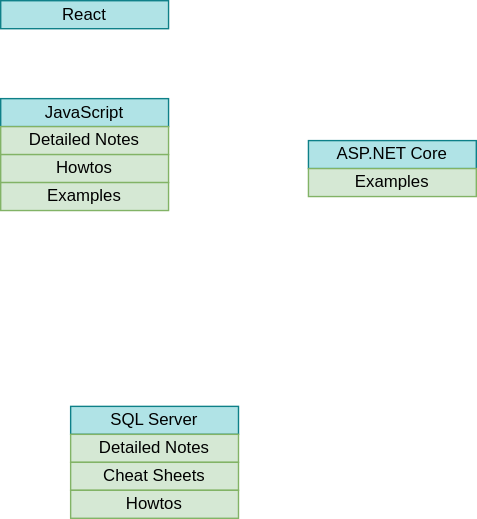
kennyrnwilson/kennyrnwilson.github.io keeps this draw.io diagram as Diagram.svg. Above is the earlier version. Source tidied: cells renumbered, new cells last; positions are measured from the earlier drawing's top-left corner, leaving out a move shared by most shapes.
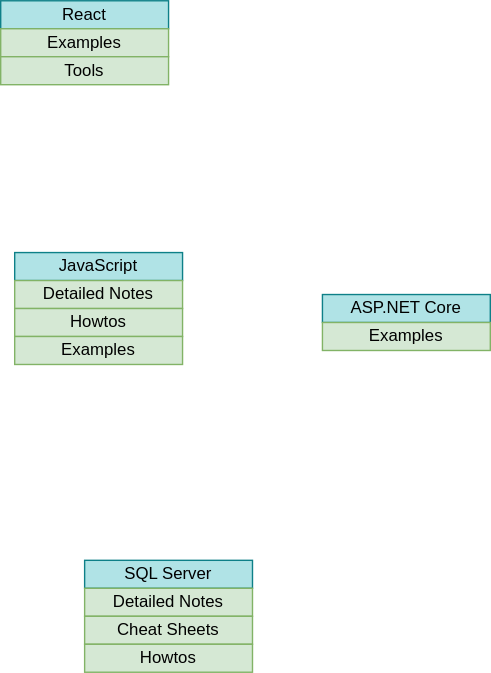
Later version of the same file.

Commit message:
Added React sections

The edit, as a diff of the source:
```diff
@@ -21,7 +21,7 @@
       <mxGeometry x="220" y="120" width="120" height="20" as="geometry" />
     </mxCell>
     <mxCell id="8" value="&lt;a href=&quot;https://github.com/kennyrnwilson/react&quot;&gt;React&lt;/a&gt;" style="rounded=0;whiteSpace=wrap;html=1;fillColor=#b0e3e6;strokeColor=#0e8088;" parent="1" vertex="1">
-      <mxGeometry width="120" height="20" as="geometry" />
+      <mxGeometry x="-10" y="-110" width="120" height="20" as="geometry" />
     </mxCell>
     <mxCell id="9" value="&lt;a href=&quot;https://github.com/kennyrnwilson/javascript&quot;&gt;JavaScript&lt;/a&gt;" style="rounded=0;whiteSpace=wrap;html=1;fillColor=#b0e3e6;strokeColor=#0e8088;" parent="1" vertex="1">
       <mxGeometry y="70" width="120" height="20" as="geometry" />
@@ -35,5 +35,11 @@
     <mxCell id="12" value="&lt;a href=&quot;https://github.com/kennyrnwilson/javascript/blob/master/docs/examples/README.MD&quot;&gt;Examples&lt;/a&gt;" style="rounded=0;whiteSpace=wrap;html=1;fillColor=#d5e8d4;strokeColor=#82b366;" parent="1" vertex="1">
       <mxGeometry y="130" width="120" height="20" as="geometry" />
     </mxCell>
+    <mxCell id="13" value="&lt;a href=&quot;https://github.com/kennyrnwilson/react/blob/main/docs/examples/README.MD&quot;&gt;Examples&lt;/a&gt;" style="rounded=0;whiteSpace=wrap;html=1;fillColor=#d5e8d4;strokeColor=#82b366;" parent="1" vertex="1">
+      <mxGeometry x="-10" y="-90" width="120" height="20" as="geometry" />
+    </mxCell>
+    <mxCell id="14" value="&lt;a href=&quot;https://github.com/kennyrnwilson/react/blob/main/docs/tools/README.MD&quot;&gt;Tools&lt;/a&gt;" style="rounded=0;whiteSpace=wrap;html=1;fillColor=#d5e8d4;strokeColor=#82b366;" parent="1" vertex="1">
+      <mxGeometry x="-10" y="-70" width="120" height="20" as="geometry" />
+    </mxCell>
   </root>
 </mxGraphModel>
```
